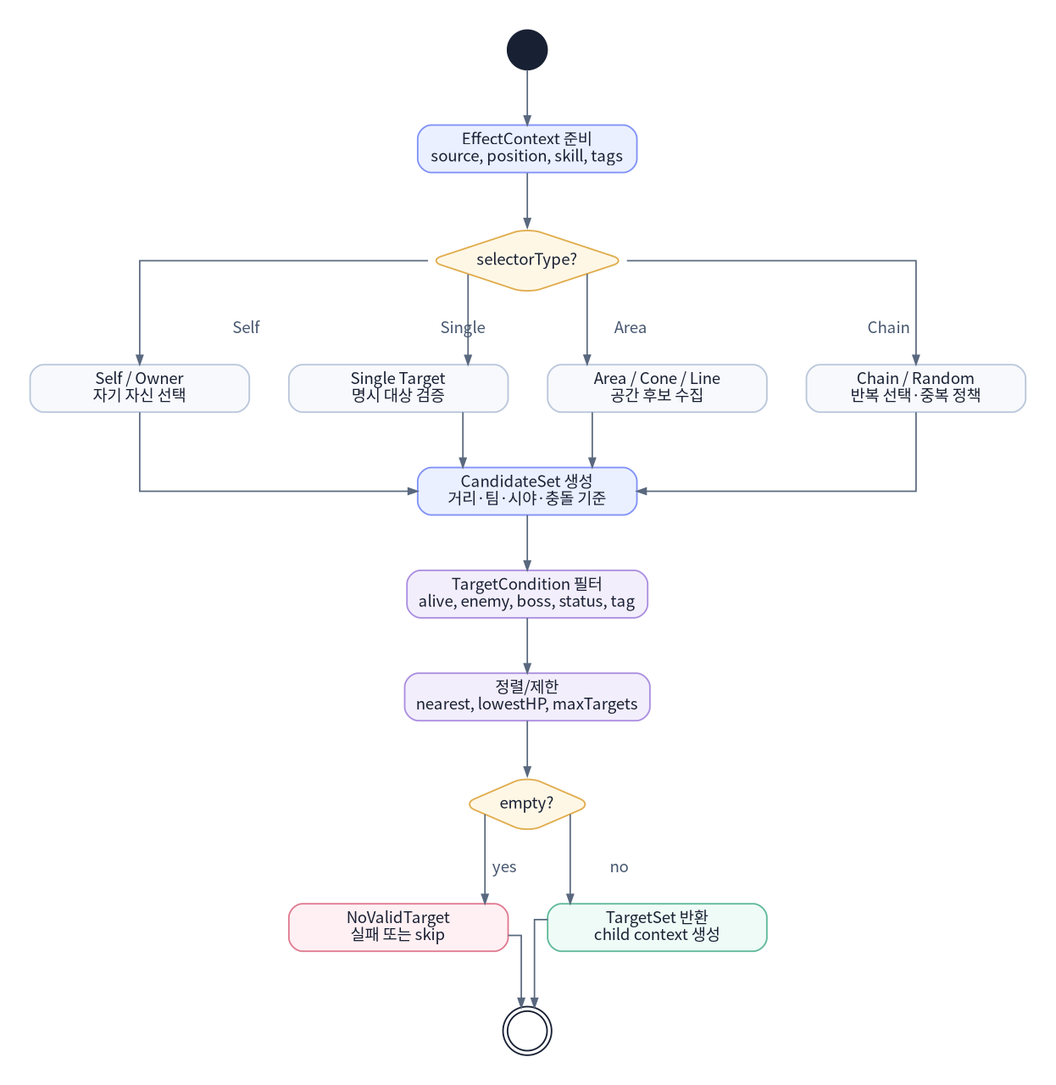
Above: assets/diagrams/12_target_selection_activity_diagram.png in JY-LemongO/game-system-framework-knowledge-site (Graphviz), before the change. Its source is kept beside it as source/diagrams/12_target_selection_activity_diagram.dot.
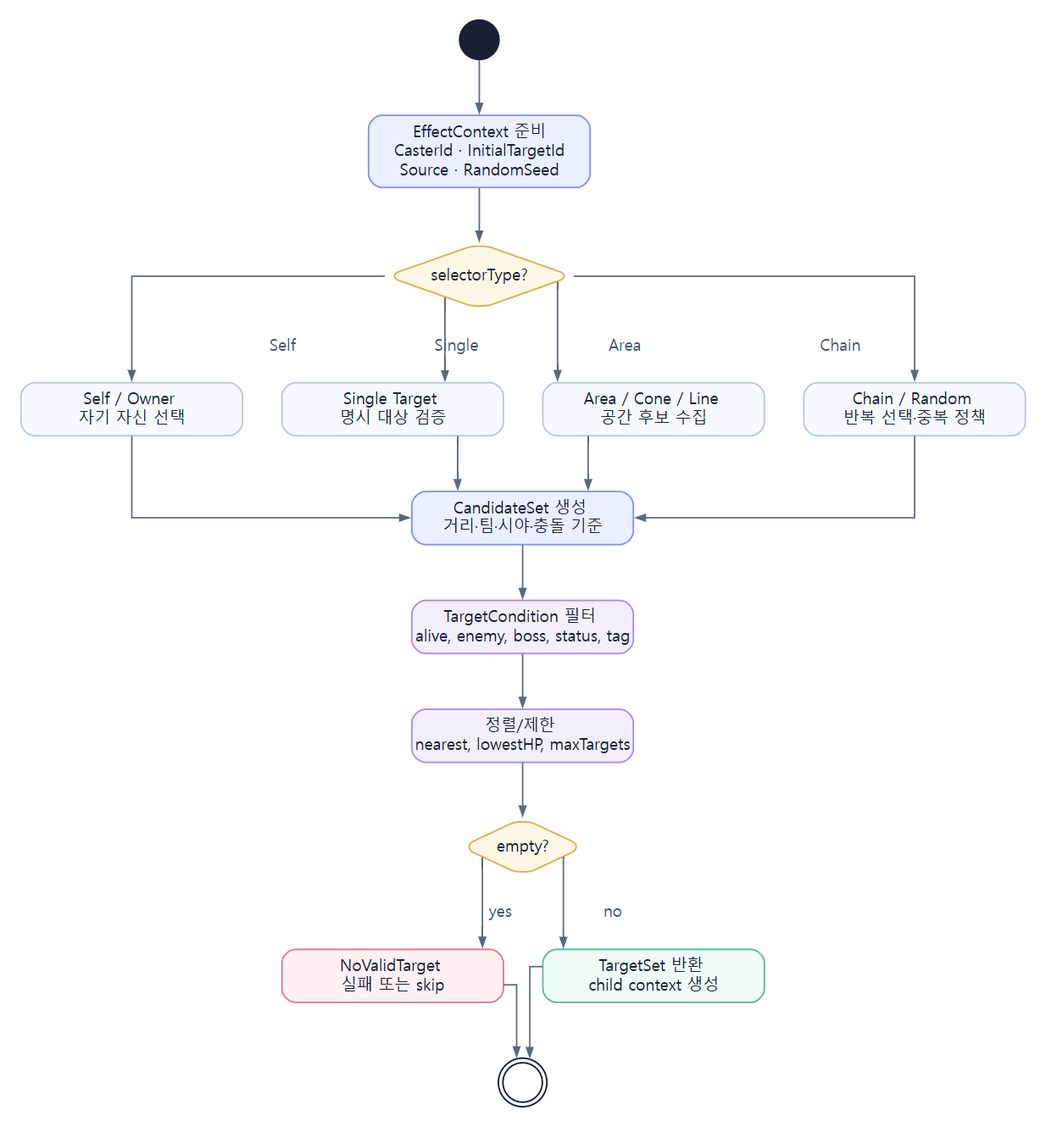
After the commit.

Change to the diagram source:
```diff
@@ -9,7 +9,8 @@
   node [shape=box, style="rounded,filled", width=2.7, height=0.48];
   start [shape=circle, label="", width=0.22, fillcolor="#182033", color="#182033"];
   Build [label="EffectContext 준비
-source, position, skill, tags", fillcolor="#eaf0ff", color="#8292f7"];
+CasterId · InitialTargetId
+Source · RandomSeed", fillcolor="#eaf0ff", color="#8292f7"];
   Selector [shape=diamond, label="selectorType?", fillcolor="#fff7e6", color="#e0ad4e", width=1.55, height=0.8];
   Self [label="Self / Owner
 자기 자신 선택", fillcolor="#f7f9fc"];
```
